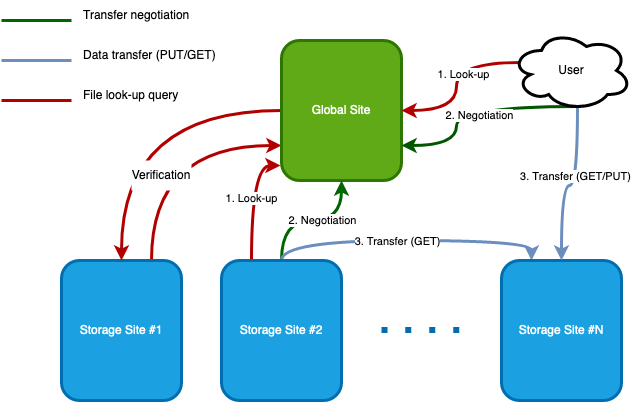
opencadc/opencadc.github.io keeps this draw.io diagram as storage-inventory/ops/Architecture.drawio.png. Above is the earlier version. Source tidied: cells renumbered, new cells last; positions are measured from the earlier drawing's top-left corner, leaving out a move shared by most shapes. The source it was exported from:
```xml
<mxGraphModel background="#FFFFFF">
  <root>
    <mxCell id="0" />
    <mxCell id="1" parent="0" />
    <mxCell id="2" style="edgeStyle=orthogonalEdgeStyle;curved=1;rounded=0;jettySize=auto;html=1;exitX=0.75;exitY=0;exitDx=0;exitDy=0;entryX=0;entryY=0.75;entryDx=0;entryDy=0;strokeColor=#B20000;strokeWidth=3;fillColor=#e51400;" parent="1" edge="1" source="3" target="5">
      <mxGeometry relative="1" as="geometry" />
    </mxCell>
    <mxCell id="3" value="Storage Site #1" style="rounded=1;whiteSpace=wrap;html=1;fillColor=#1ba1e2;fontColor=#ffffff;strokeColor=#006EAF;strokeWidth=3;" parent="1" vertex="1">
      <mxGeometry x="60" y="260" width="120" height="140" as="geometry" />
    </mxCell>
    <mxCell id="4" style="edgeStyle=orthogonalEdgeStyle;curved=1;rounded=0;jettySize=auto;html=1;exitX=0;exitY=0.5;exitDx=0;exitDy=0;entryX=0.5;entryY=0;entryDx=0;entryDy=0;strokeColor=#B20000;strokeWidth=3;fillColor=#e51400;" parent="1" edge="1" source="5" target="3">
      <mxGeometry relative="1" as="geometry" />
    </mxCell>
    <mxCell id="5" value="Global Site" style="rounded=1;whiteSpace=wrap;html=1;fillColor=#60a917;fontColor=#ffffff;strokeColor=#2D7600;strokeWidth=3;" parent="1" vertex="1">
      <mxGeometry x="280" y="40" width="120" height="140" as="geometry" />
    </mxCell>
    <mxCell id="6" style="edgeStyle=orthogonalEdgeStyle;curved=1;rounded=0;jettySize=auto;html=1;exitX=0.5;exitY=0;exitDx=0;exitDy=0;strokeColor=#006600;strokeWidth=3;entryX=0.5;entryY=1;entryDx=0;entryDy=0;" parent="1" edge="1" source="11" target="5">
      <mxGeometry relative="1" as="geometry">
        <Array as="points">
          <mxPoint x="280" y="220" />
          <mxPoint x="340" y="220" />
        </Array>
      </mxGeometry>
    </mxCell>
    <mxCell id="7" value="2. Negotiation" style="edgeLabel;html=1;align=center;verticalAlign=middle;" parent="6" vertex="1">
      <mxGeometry x="0.14" y="1" relative="1" as="geometry" />
    </mxCell>
    <mxCell id="8" style="edgeStyle=orthogonalEdgeStyle;curved=1;rounded=0;jettySize=auto;html=1;exitX=0.5;exitY=0;exitDx=0;exitDy=0;entryX=0.25;entryY=0;entryDx=0;entryDy=0;strokeColor=#6c8ebf;strokeWidth=3;fillColor=#dae8fc;" parent="1" edge="1" source="11" target="12">
      <mxGeometry relative="1" as="geometry">
        <Array as="points">
          <mxPoint x="280" y="240" />
          <mxPoint x="530" y="240" />
        </Array>
      </mxGeometry>
    </mxCell>
    <mxCell id="9" value="&lt;div&gt;3. Transfer (GET)&lt;/div&gt;" style="edgeLabel;html=1;align=center;verticalAlign=middle;" parent="8" vertex="1">
      <mxGeometry x="-0.07" relative="1" as="geometry" />
    </mxCell>
    <mxCell id="10" value="1. Look-up" style="edgeStyle=orthogonalEdgeStyle;curved=1;rounded=0;jettySize=auto;html=1;exitX=0.25;exitY=0;exitDx=0;exitDy=0;entryX=-0.008;entryY=0.893;entryDx=0;entryDy=0;strokeColor=#B20000;strokeWidth=3;fillColor=#e51400;entryPerimeter=0;" parent="1" edge="1" source="11" target="5">
      <mxGeometry relative="1" as="geometry" />
    </mxCell>
    <mxCell id="11" value="Storage Site #2" style="rounded=1;whiteSpace=wrap;html=1;fillColor=#1ba1e2;fontColor=#ffffff;strokeColor=#006EAF;strokeWidth=3;perimeterSpacing=0;" parent="1" vertex="1">
      <mxGeometry x="220" y="260" width="120" height="140" as="geometry" />
    </mxCell>
    <mxCell id="12" value="Storage Site #N" style="rounded=1;whiteSpace=wrap;html=1;fillColor=#1ba1e2;fontColor=#ffffff;strokeColor=#006EAF;strokeWidth=3;" parent="1" vertex="1">
      <mxGeometry x="500" y="260" width="120" height="140" as="geometry" />
    </mxCell>
    <mxCell id="13" style="edgeStyle=orthogonalEdgeStyle;curved=1;rounded=0;jettySize=auto;html=1;exitX=0.07;exitY=0.4;exitDx=0;exitDy=0;exitPerimeter=0;entryX=1;entryY=0.5;entryDx=0;entryDy=0;strokeColor=#B20000;strokeWidth=3;fillColor=#e51400;" parent="1" edge="1" source="19" target="5">
      <mxGeometry relative="1" as="geometry" />
    </mxCell>
    <mxCell id="14" value="1. Look-up" style="edgeLabel;html=1;align=center;verticalAlign=middle;" parent="13" vertex="1">
      <mxGeometry x="-0.09" y="6" relative="1" as="geometry" />
    </mxCell>
    <mxCell id="15" style="edgeStyle=orthogonalEdgeStyle;curved=1;rounded=0;jettySize=auto;html=1;exitX=0.55;exitY=0.95;exitDx=0;exitDy=0;exitPerimeter=0;strokeColor=#6c8ebf;strokeWidth=3;entryX=0.5;entryY=0;entryDx=0;entryDy=0;fillColor=#dae8fc;" parent="1" edge="1" source="19" target="12">
      <mxGeometry relative="1" as="geometry" />
    </mxCell>
    <mxCell id="16" value="3. Transfer (GET/PUT)" style="edgeLabel;html=1;align=center;verticalAlign=middle;" parent="15" vertex="1">
      <mxGeometry x="-0.19" y="-3" relative="1" as="geometry" />
    </mxCell>
    <mxCell id="17" style="edgeStyle=orthogonalEdgeStyle;curved=1;rounded=0;jettySize=auto;html=1;exitX=0.55;exitY=0.95;exitDx=0;exitDy=0;exitPerimeter=0;entryX=1;entryY=0.75;entryDx=0;entryDy=0;strokeColor=#005700;strokeWidth=3;fillColor=#008a00;" parent="1" edge="1" source="19" target="5">
      <mxGeometry relative="1" as="geometry" />
    </mxCell>
    <mxCell id="18" value="2. Negotiation" style="edgeLabel;html=1;align=center;verticalAlign=middle;" parent="17" vertex="1">
      <mxGeometry x="-0.08" y="8" relative="1" as="geometry" />
    </mxCell>
    <mxCell id="19" value="User" style="ellipse;shape=cloud;whiteSpace=wrap;html=1;strokeWidth=3;" parent="1" vertex="1">
      <mxGeometry x="510" y="30" width="120" height="80" as="geometry" />
    </mxCell>
    <mxCell id="20" style="endArrow=none;html=1;rounded=0;strokeColor=#006600;strokeWidth=3;curved=1;" parent="1" edge="1">
      <mxGeometry relative="1" as="geometry">
        <mxPoint y="20" as="sourcePoint" />
        <mxPoint x="70" y="20" as="targetPoint" />
      </mxGeometry>
    </mxCell>
    <mxCell id="21" style="endArrow=none;html=1;rounded=0;strokeColor=#6c8ebf;strokeWidth=3;curved=1;fillColor=#dae8fc;" parent="1" edge="1">
      <mxGeometry relative="1" as="geometry">
        <mxPoint y="60" as="sourcePoint" />
        <mxPoint x="70" y="60" as="targetPoint" />
      </mxGeometry>
    </mxCell>
    <mxCell id="22" style="endArrow=none;html=1;rounded=0;strokeColor=#B20000;strokeWidth=3;curved=1;fillColor=#e51400;" parent="1" edge="1">
      <mxGeometry relative="1" as="geometry">
        <mxPoint y="100" as="sourcePoint" />
        <mxPoint x="70" y="100" as="targetPoint" />
      </mxGeometry>
    </mxCell>
    <mxCell id="23" value="Transfer negotiation" style="text;html=1;strokeColor=none;fillColor=none;align=left;verticalAlign=middle;whiteSpace=wrap;rounded=0;" parent="1" vertex="1">
      <mxGeometry x="80" width="110" height="30" as="geometry" />
    </mxCell>
    <mxCell id="24" value="Data transfer (PUT/GET)" style="text;html=1;strokeColor=none;fillColor=none;align=left;verticalAlign=middle;whiteSpace=wrap;rounded=0;" parent="1" vertex="1">
      <mxGeometry x="80" y="40" width="140" height="30" as="geometry" />
    </mxCell>
    <mxCell id="25" value="File look-up query" style="text;html=1;strokeColor=none;fillColor=none;align=left;verticalAlign=middle;whiteSpace=wrap;rounded=0;" parent="1" vertex="1">
      <mxGeometry x="80" y="80" width="140" height="30" as="geometry" />
    </mxCell>
    <mxCell id="26" style="endArrow=none;dashed=1;html=1;dashPattern=1 3;strokeWidth=6;rounded=0;strokeColor=#006EAF;curved=1;fillColor=#1ba1e2;" parent="1" edge="1">
      <mxGeometry relative="1" as="geometry">
        <mxPoint x="380" y="329.5" as="sourcePoint" />
        <mxPoint x="470" y="329.5" as="targetPoint" />
      </mxGeometry>
    </mxCell>
    <mxCell id="27" value="Verification" style="text;html=1;strokeColor=none;fillColor=default;align=center;verticalAlign=middle;whiteSpace=wrap;rounded=0;" parent="1" vertex="1">
      <mxGeometry x="130" y="160" width="60" height="30" as="geometry" />
    </mxCell>
  </root>
</mxGraphModel>
```
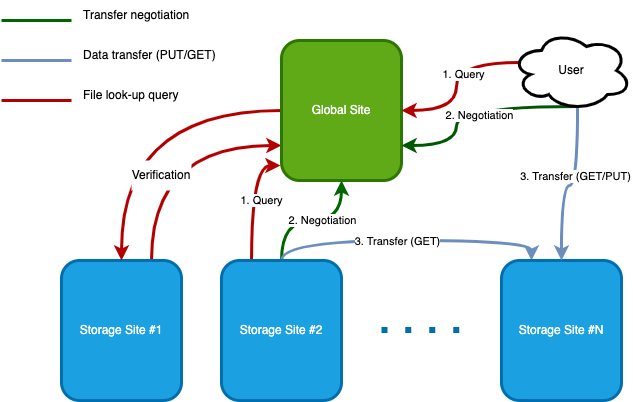
The same diagram one commit later.

Diff of the diagram source:
```diff
@@ -36,8 +36,8 @@
     <mxCell id="9" value="&lt;div&gt;3. Transfer (GET)&lt;/div&gt;" style="edgeLabel;html=1;align=center;verticalAlign=middle;" parent="8" vertex="1">
       <mxGeometry x="-0.07" relative="1" as="geometry" />
     </mxCell>
-    <mxCell id="10" value="1. Look-up" style="edgeStyle=orthogonalEdgeStyle;curved=1;rounded=0;jettySize=auto;html=1;exitX=0.25;exitY=0;exitDx=0;exitDy=0;entryX=-0.008;entryY=0.893;entryDx=0;entryDy=0;strokeColor=#B20000;strokeWidth=3;fillColor=#e51400;entryPerimeter=0;" parent="1" edge="1" source="11" target="5">
-      <mxGeometry relative="1" as="geometry" />
+    <mxCell id="10" value="1. Query" style="edgeStyle=orthogonalEdgeStyle;curved=1;rounded=0;jettySize=auto;html=1;exitX=0.25;exitY=0;exitDx=0;exitDy=0;entryX=-0.008;entryY=0.893;entryDx=0;entryDy=0;strokeColor=#B20000;strokeWidth=3;fillColor=#e51400;entryPerimeter=0;" parent="1" edge="1" source="11" target="5">
+      <mxGeometry x="-0.03" y="-10" relative="1" as="geometry" />
     </mxCell>
     <mxCell id="11" value="Storage Site #2" style="rounded=1;whiteSpace=wrap;html=1;fillColor=#1ba1e2;fontColor=#ffffff;strokeColor=#006EAF;strokeWidth=3;perimeterSpacing=0;" parent="1" vertex="1">
       <mxGeometry x="220" y="260" width="120" height="140" as="geometry" />
@@ -48,7 +48,7 @@
     <mxCell id="13" style="edgeStyle=orthogonalEdgeStyle;curved=1;rounded=0;jettySize=auto;html=1;exitX=0.07;exitY=0.4;exitDx=0;exitDy=0;exitPerimeter=0;entryX=1;entryY=0.5;entryDx=0;entryDy=0;strokeColor=#B20000;strokeWidth=3;fillColor=#e51400;" parent="1" edge="1" source="19" target="5">
       <mxGeometry relative="1" as="geometry" />
     </mxCell>
-    <mxCell id="14" value="1. Look-up" style="edgeLabel;html=1;align=center;verticalAlign=middle;" parent="13" vertex="1">
+    <mxCell id="14" value="1. Query" style="edgeLabel;html=1;align=center;verticalAlign=middle;" parent="13" vertex="1">
       <mxGeometry x="-0.09" y="6" relative="1" as="geometry" />
     </mxCell>
     <mxCell id="15" style="edgeStyle=orthogonalEdgeStyle;curved=1;rounded=0;jettySize=auto;html=1;exitX=0.55;exitY=0.95;exitDx=0;exitDy=0;exitPerimeter=0;strokeColor=#6c8ebf;strokeWidth=3;entryX=0.5;entryY=0;entryDx=0;entryDy=0;fillColor=#dae8fc;" parent="1" edge="1" source="19" target="12">
```
